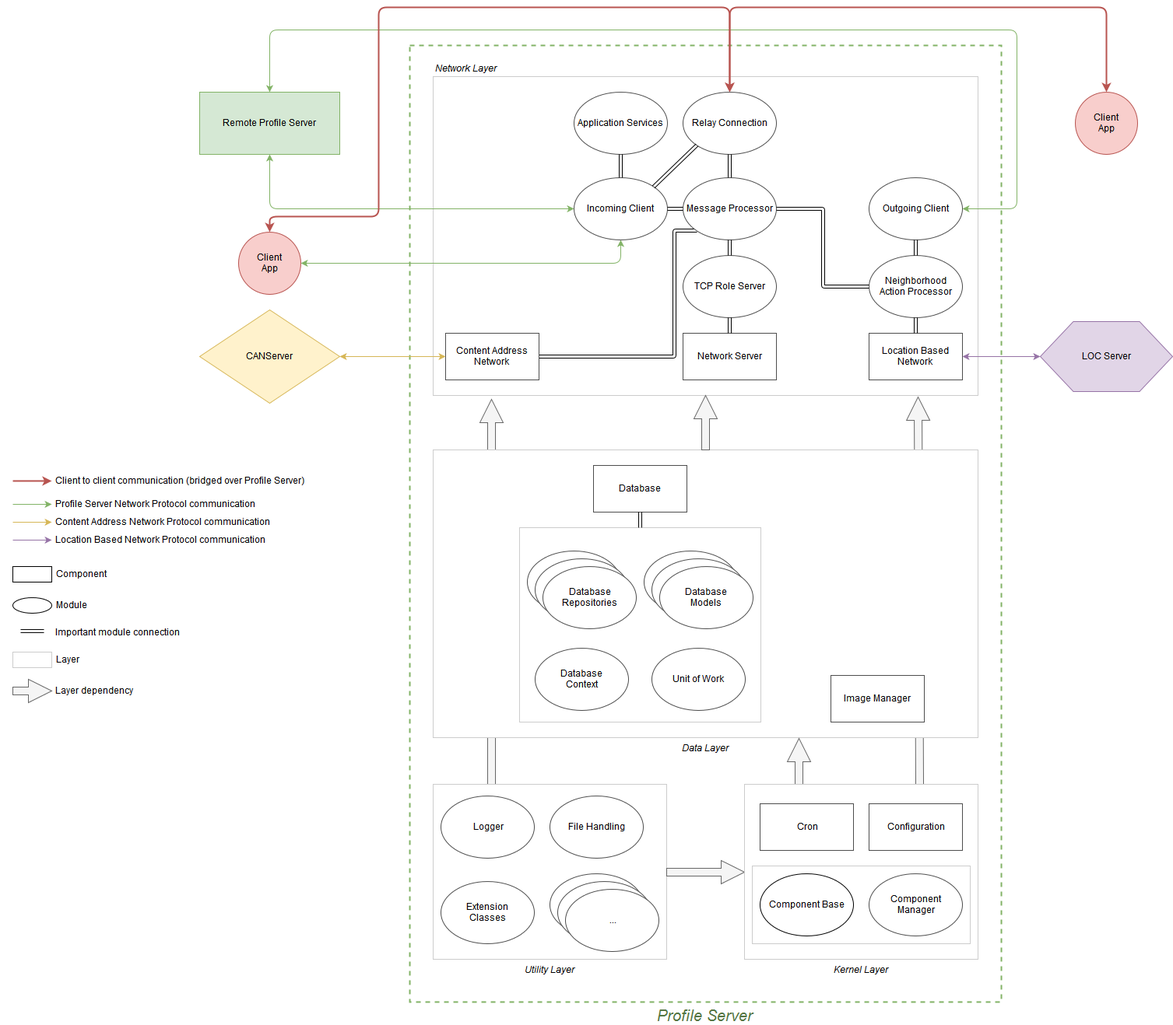
The draw.io diagram docs/images/ps-component-layers.png in Internet-of-People/iop-profile-server, before a commit. Source tidied: cells renumbered, new cells last; positions are measured from the earlier drawing's top-left corner, leaving out a move shared by most shapes.
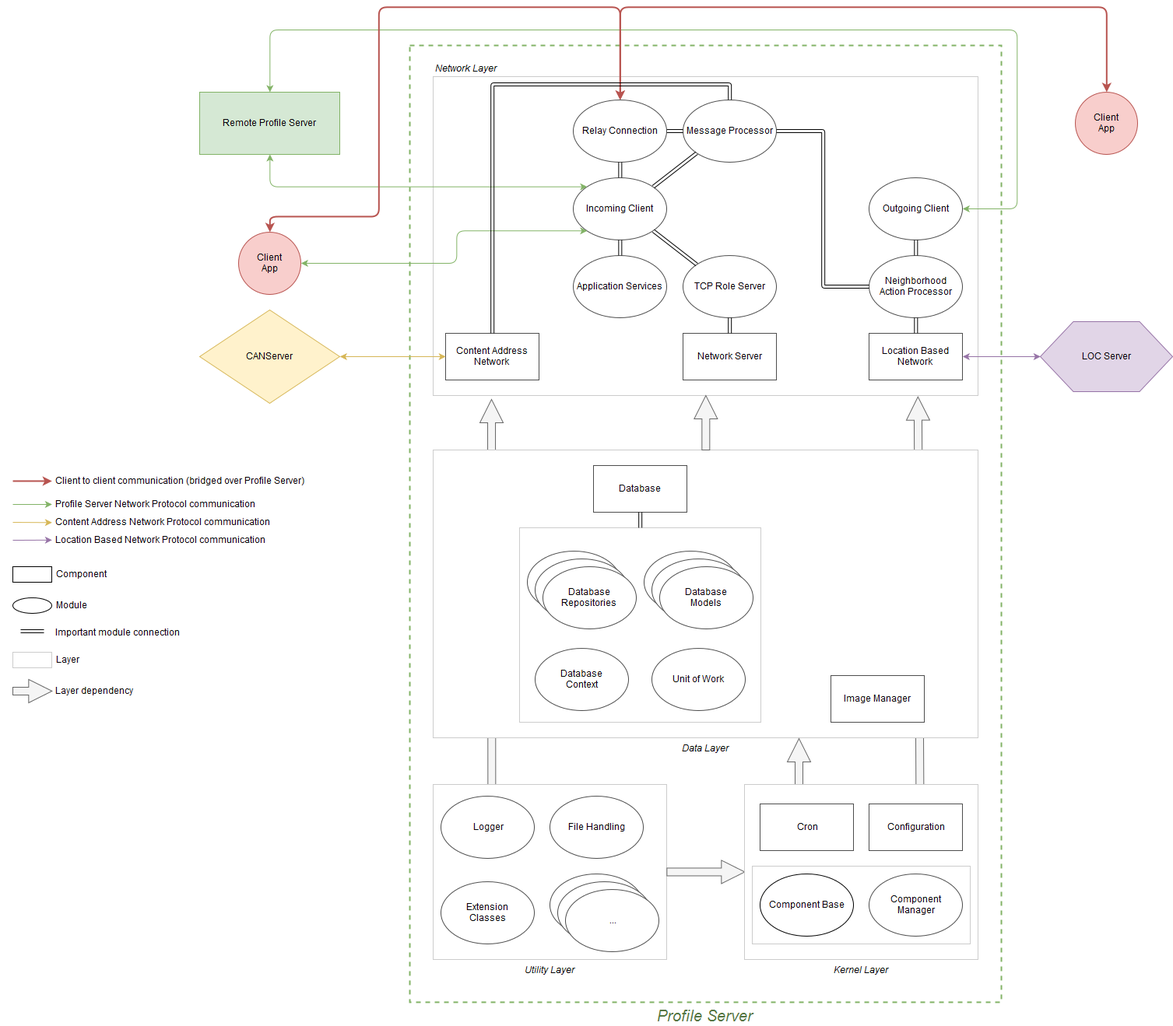
The same file after the commit.

What changed in the source:
```diff
@@ -8,14 +8,6 @@
     <mxCell id="3" value="Network Layer&lt;br&gt;" style="whiteSpace=wrap;html=1;strokeColor=#CCCCCC;align=left;labelPosition=center;verticalLabelPosition=top;verticalAlign=bottom;fontStyle=2;" parent="1" vertex="1">
       <mxGeometry x="540" y="89" width="700" height="410" as="geometry" />
     </mxCell>
-    <mxCell id="4" style="endArrow=classic;startArrow=classic;html=1;labelBackgroundColor=#CCCCCC;strokeWidth=1;fillColor=#ffffff;fontSize=12;fontColor=#000000;exitX=0;exitY=1;entryX=1;entryY=0.5;edgeStyle=orthogonalEdgeStyle;shape=link;" parent="1" edge="1" source="9" target="11">
-      <mxGeometry relative="1" as="geometry">
-        <Array as="points">
-          <mxPoint x="850" y="287" />
-          <mxPoint x="850" y="449" />
-        </Array>
-      </mxGeometry>
-    </mxCell>
     <mxCell id="5" style="endArrow=classic;html=1;strokeWidth=1;fontColor=#CCCCCC;exitX=0.75;exitY=0;entryX=0.89;entryY=1.005;entryPerimeter=0;shape=arrow;fillColor=#f5f5f5;strokeColor=#666666;" parent="1" edge="1" source="52" target="3">
       <mxGeometry relative="1" as="geometry" />
     </mxCell>
@@ -31,7 +23,7 @@
       <mxGeometry x="861" y="319" width="120" height="80" as="geometry" />
     </mxCell>
     <mxCell id="9" value="Message Processor&lt;br&gt;" style="ellipse;whiteSpace=wrap;html=1;strokeColor=#4D4D4D;align=center;" parent="1" vertex="1">
-      <mxGeometry x="861" y="219" width="120" height="80" as="geometry" />
+      <mxGeometry x="861" y="119" width="120" height="80" as="geometry" />
     </mxCell>
     <mxCell id="10" value="Location Based Network&lt;br&gt;" style="whiteSpace=wrap;html=1;strokeColor=#4D4D4D;align=center;" parent="1" vertex="1">
       <mxGeometry x="1100" y="419" width="120" height="60" as="geometry" />
@@ -43,32 +35,20 @@
       <mxGeometry x="1100" y="319" width="120" height="80" as="geometry" />
     </mxCell>
     <mxCell id="13" value="Incoming Client&lt;br&gt;" style="ellipse;whiteSpace=wrap;html=1;strokeColor=#4D4D4D;align=center;" parent="1" vertex="1">
-      <mxGeometry x="721" y="219" width="120" height="80" as="geometry" />
+      <mxGeometry x="720" y="219" width="120" height="80" as="geometry" />
     </mxCell>
     <mxCell id="14" value="Outgoing Client&lt;br&gt;" style="ellipse;whiteSpace=wrap;html=1;strokeColor=#4D4D4D;align=center;" parent="1" vertex="1">
       <mxGeometry x="1100" y="219" width="120" height="80" as="geometry" />
     </mxCell>
     <mxCell id="15" value="Application Services&lt;br&gt;" style="ellipse;whiteSpace=wrap;html=1;strokeColor=#4D4D4D;align=center;" parent="1" vertex="1">
-      <mxGeometry x="721" y="109" width="120" height="80" as="geometry" />
+      <mxGeometry x="720" y="319" width="120" height="80" as="geometry" />
     </mxCell>
-    <mxCell id="16" value="Relay Connection&lt;br&gt;" style="ellipse;whiteSpace=wrap;html=1;strokeColor=#4D4D4D;align=center;" parent="1" vertex="1">
-      <mxGeometry x="861" y="109" width="120" height="80" as="geometry" />
-    </mxCell>
-    <mxCell id="17" style="endArrow=classic;startArrow=classic;html=1;strokeWidth=1;entryX=0.5;entryY=0;exitX=0.5;exitY=1;shape=link;" parent="1" edge="1" source="9" target="8">
+    <mxCell id="17" style="endArrow=classic;startArrow=classic;html=1;strokeWidth=1;entryX=0;entryY=0;exitX=1;exitY=1;shape=link;" parent="1" edge="1" source="13" target="8">
       <mxGeometry relative="1" as="geometry" />
     </mxCell>
     <mxCell id="18" style="endArrow=classic;startArrow=classic;html=1;strokeWidth=1;entryX=0.5;entryY=1;exitX=0.5;exitY=0;shape=link;" parent="1" edge="1" source="12" target="14">
       <mxGeometry relative="1" as="geometry" />
     </mxCell>
-    <mxCell id="19" style="endArrow=classic;startArrow=classic;html=1;strokeWidth=1;entryX=0.5;entryY=1;exitX=0.5;exitY=0;shape=link;" parent="1" edge="1" source="9" target="16">
-      <mxGeometry relative="1" as="geometry" />
-    </mxCell>
-    <mxCell id="20" style="endArrow=classic;startArrow=classic;html=1;strokeWidth=1;entryX=0.5;entryY=1;exitX=0.5;exitY=0;shape=link;" parent="1" edge="1" source="13" target="15">
-      <mxGeometry relative="1" as="geometry" />
-    </mxCell>
-    <mxCell id="21" style="endArrow=classic;startArrow=classic;html=1;strokeWidth=1;entryX=0;entryY=0.5;exitX=1;exitY=0.5;shape=link;" parent="1" edge="1" source="13" target="9">
-      <mxGeometry relative="1" as="geometry" />
-    </mxCell>
     <mxCell id="22" style="endArrow=classic;startArrow=classic;html=1;strokeWidth=1;entryX=0.5;entryY=1;exitX=0.5;exitY=0;shape=link;" parent="1" edge="1" source="7" target="8">
       <mxGeometry relative="1" as="geometry" />
     </mxCell>
@@ -156,9 +136,6 @@
     <mxCell id="49" style="endArrow=classic;html=1;strokeWidth=1;fontColor=#CCCCCC;exitX=0.5;exitY=0;entryX=0.5;entryY=1;shape=arrow;fillColor=#f5f5f5;strokeColor=#666666;" parent="1" edge="1" source="34" target="3">
       <mxGeometry relative="1" as="geometry" />
     </mxCell>
-    <mxCell id="50" style="endArrow=classic;startArrow=classic;html=1;strokeWidth=1;fontColor=#CCCCCC;exitX=1;exitY=0.5;entryX=0;entryY=0.5;shape=link;edgeStyle=orthogonalEdgeStyle;" parent="1" edge="1" source="9" target="12">
-      <mxGeometry relative="1" as="geometry" />
-    </mxCell>
     <mxCell id="51" style="group;" parent="1" vertex="1">
       <mxGeometry x="940" y="999" width="300" height="225" as="geometry" />
     </mxCell>
@@ -195,10 +172,10 @@
     <mxCell id="62" value="Remote Profile Server&lt;br&gt;" style="whiteSpace=wrap;html=1;strokeColor=#82b366;fontColor=#000000;align=center;fillColor=#d5e8d4;" parent="1" vertex="1">
       <mxGeometry x="240" y="109" width="180" height="80" as="geometry" />
     </mxCell>
-    <mxCell id="63" style="endArrow=classic;startArrow=classic;html=1;strokeWidth=1;fontColor=#000000;entryX=0;entryY=0.5;exitX=0.5;exitY=1;edgeStyle=orthogonalEdgeStyle;fillColor=#d5e8d4;strokeColor=#82b366;" parent="1" edge="1" source="62" target="13">
+    <mxCell id="63" style="endArrow=classic;startArrow=classic;html=1;strokeWidth=1;fontColor=#000000;entryX=0;entryY=0;exitX=0.5;exitY=1;edgeStyle=orthogonalEdgeStyle;fillColor=#d5e8d4;strokeColor=#82b366;" parent="1" edge="1" source="62" target="13">
       <mxGeometry relative="1" as="geometry">
         <Array as="points">
-          <mxPoint x="330" y="259" />
+          <mxPoint x="330" y="231" />
         </Array>
       </mxGeometry>
     </mxCell>
@@ -214,8 +191,13 @@
     <mxCell id="65" value="Client&lt;br&gt;App&lt;br&gt;" style="ellipse;whiteSpace=wrap;html=1;strokeColor=#b85450;fontColor=#000000;align=center;fillColor=#f8cecc;" parent="1" vertex="1">
       <mxGeometry x="290" y="289" width="80" height="80" as="geometry" />
     </mxCell>
-    <mxCell id="66" style="endArrow=classic;startArrow=classic;html=1;strokeWidth=1;fontColor=#000000;exitX=1;exitY=0.5;entryX=0.5;entryY=1;edgeStyle=orthogonalEdgeStyle;fillColor=#d5e8d4;strokeColor=#82b366;" parent="1" edge="1" source="65" target="13">
-      <mxGeometry relative="1" as="geometry" />
+    <mxCell id="66" style="endArrow=classic;startArrow=classic;html=1;strokeWidth=1;fontColor=#000000;exitX=1;exitY=0.5;entryX=0;entryY=1;edgeStyle=orthogonalEdgeStyle;fillColor=#d5e8d4;strokeColor=#82b366;" parent="1" edge="1" source="65" target="13">
+      <mxGeometry relative="1" as="geometry">
+        <Array as="points">
+          <mxPoint x="570" y="329" />
+          <mxPoint x="570" y="287" />
+        </Array>
+      </mxGeometry>
     </mxCell>
     <mxCell id="67" value="Client&lt;br&gt;App&lt;br&gt;" style="ellipse;whiteSpace=wrap;html=1;strokeColor=#b85450;fontColor=#000000;align=center;fillColor=#f8cecc;" parent="1" vertex="1">
       <mxGeometry x="1365" y="109" width="80" height="80" as="geometry" />
@@ -223,7 +205,7 @@
     <mxCell id="68" style="endArrow=classic;startArrow=classic;html=1;strokeWidth=2;fontColor=#000000;exitX=0.5;exitY=0;entryX=0.5;entryY=0;edgeStyle=orthogonalEdgeStyle;fillColor=#f8cecc;strokeColor=#b85450;" parent="1" edge="1" source="16" target="65">
       <mxGeometry relative="1" as="geometry">
         <Array as="points">
-          <mxPoint x="921" />
+          <mxPoint x="781" />
           <mxPoint x="470" />
           <mxPoint x="470" y="269" />
           <mxPoint x="330" y="269" />
@@ -233,7 +215,7 @@
     <mxCell id="69" style="endArrow=classic;startArrow=classic;html=1;strokeWidth=2;fontColor=#000000;exitX=0.5;exitY=0;edgeStyle=orthogonalEdgeStyle;fillColor=#f8cecc;strokeColor=#b85450;entryX=0.5;entryY=0;" parent="1" edge="1" source="16" target="67">
       <mxGeometry relative="1" as="geometry">
         <Array as="points">
-          <mxPoint x="921" />
+          <mxPoint x="781" />
           <mxPoint x="1405" />
         </Array>
       </mxGeometry>
@@ -296,8 +278,40 @@
     <mxCell id="84" value="Layer dependency&lt;br&gt;" style="text;html=1;strokeColor=none;fillColor=none;align=left;verticalAlign=middle;whiteSpace=wrap;fontSize=12;fontColor=#000000;spacingLeft=3;" parent="1" vertex="1">
       <mxGeometry x="50" y="869" width="200" height="20" as="geometry" />
     </mxCell>
+    <mxCell id="16" value="Relay Connection&lt;br&gt;" style="ellipse;whiteSpace=wrap;html=1;strokeColor=#4D4D4D;align=center;" parent="1" vertex="1">
+      <mxGeometry x="720" y="119" width="120" height="80" as="geometry" />
+    </mxCell>
+    <mxCell id="86" style="endArrow=classic;startArrow=classic;html=1;labelBackgroundColor=#CCCCCC;strokeWidth=1;fillColor=#ffffff;fontSize=12;fontColor=#000000;shape=link;entryX=1;entryY=0.5;edgeStyle=orthogonalEdgeStyle;exitX=0;exitY=0.5;" parent="1" edge="1" source="12" target="9">
+      <mxGeometry relative="1" as="geometry">
+        <Array as="points">
+          <mxPoint x="1041" y="359" />
+          <mxPoint x="1041" y="159" />
+        </Array>
+      </mxGeometry>
+    </mxCell>
+    <mxCell id="87" style="endArrow=classic;startArrow=classic;html=1;labelBackgroundColor=#CCCCCC;strokeWidth=1;fillColor=#ffffff;fontSize=12;fontColor=#000000;shape=link;entryX=0.5;entryY=1;edgeStyle=orthogonalEdgeStyle;exitX=0.5;exitY=0;" parent="1" edge="1" source="15" target="13">
+      <mxGeometry relative="1" as="geometry">
+        <Array as="points">
+          <mxPoint x="780" y="299" />
+        </Array>
+      </mxGeometry>
+    </mxCell>
+    <mxCell id="21" style="endArrow=classic;startArrow=classic;html=1;labelBackgroundColor=#CCCCCC;strokeWidth=1;fillColor=#ffffff;fontSize=12;fontColor=#000000;entryX=0;entryY=1;exitX=1;exitY=0;shape=link;" parent="1" edge="1" source="13" target="9">
+      <mxGeometry relative="1" as="geometry" />
+    </mxCell>
-    <mxCell id="85" style="endArrow=classic;startArrow=classic;html=1;labelBackgroundColor=#CCCCCC;strokeWidth=1;fillColor=#ffffff;fontSize=12;fontColor=#000000;entryX=0;entryY=1;exitX=1;exitY=0;shape=link;" parent="1" edge="1" source="13" target="16">
+    <mxCell id="85" style="endArrow=classic;startArrow=classic;html=1;labelBackgroundColor=#CCCCCC;strokeWidth=1;fillColor=#ffffff;fontSize=12;fontColor=#000000;shape=link;entryX=0.5;entryY=1;exitX=0.5;exitY=0;" parent="1" edge="1" source="13" target="16">
       <mxGeometry relative="1" as="geometry" />
     </mxCell>
+    <mxCell id="88" style="endArrow=classic;startArrow=classic;html=1;labelBackgroundColor=#CCCCCC;strokeWidth=1;fillColor=#ffffff;fontSize=12;fontColor=#000000;entryX=0;entryY=0.5;exitX=1;exitY=0.5;shape=link;" parent="1" edge="1" source="16" target="9">
+      <mxGeometry relative="1" as="geometry" />
+    </mxCell>
+    <mxCell id="4" style="endArrow=classic;startArrow=classic;html=1;labelBackgroundColor=#CCCCCC;strokeWidth=1;fillColor=#ffffff;fontSize=12;fontColor=#000000;entryX=0.5;entryY=0;exitX=0.5;exitY=0;edgeStyle=orthogonalEdgeStyle;shape=link;" parent="1" edge="1" source="9" target="11">
+      <mxGeometry relative="1" as="geometry">
+        <Array as="points">
+          <mxPoint x="921" y="99" />
+          <mxPoint x="616" y="99" />
+        </Array>
+      </mxGeometry>
+    </mxCell>
   </root>
 </mxGraphModel>
```
